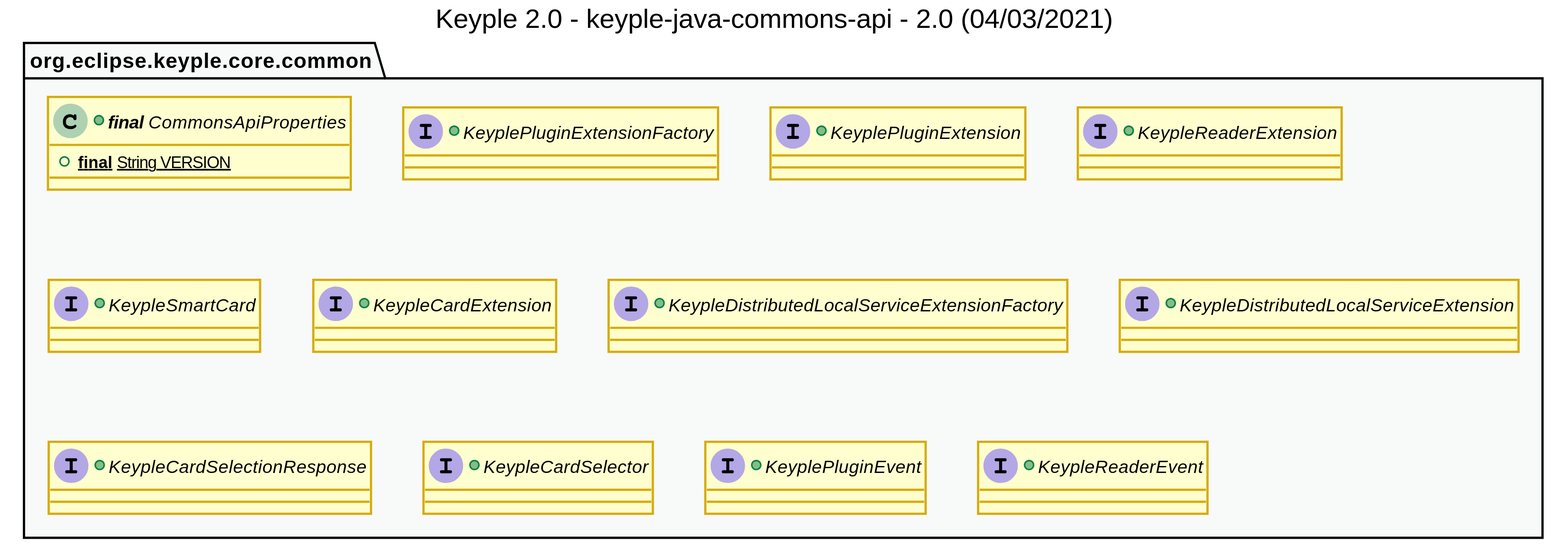
Earlier version of the PlantUML export uml/class/public-api/keyple_2_0_class_commons_api.svg (calypsonet/keyple_2_0). The source it was exported from:
```plantuml
@startuml
title
    Keyple 2.0 - keyple-java-commons-api - 2.0 (04/03/2021)
end title


!define C_GREY1 F8F9F9
!define C_GREY2 F2F3F4
!define C_GREY3 E5E7E9
!define C_GREY4 D7DBDD
!define C_GREY5 CACFD2
!define C_GREY6 BDC3C7
!define C_LINK 3498DB
!define C_USE 27AE60

skinparam Shadowing false
skinparam ClassFontStyle italic
skinparam ClassBorderColor #D4AC0D
skinparam stereotypeABorderColor #A9DCDF
skinparam stereotypeIBorderColor #B4A7E5
skinparam stereotypeCBorderColor #ADD1B2
skinparam stereotypeEBorderColor #EB93DF
skinparam ClassBackgroundColor<<red>> #FDEDEC
skinparam ClassBorderColor<<red>> #E74C3C
hide <<red>> stereotype
skinparam ClassBackgroundColor<<purple>> #F4ECF7
skinparam ClassBorderColor<<purple>> #8E44AD
hide <<purple>> stereotype
skinparam ClassBackgroundColor<<blue>> #EBF5FB
skinparam ClassBorderColor<<blue>> #3498DB
hide <<blue>> stereotype
skinparam ClassBackgroundColor<<green>> #E9F7EF
skinparam ClassBorderColor<<green>> #27AE60
hide <<green>> stereotype
skinparam ClassBackgroundColor<<grey>> #EAECEE
skinparam ClassBorderColor<<grey>> #2C3E50
hide <<grey>> stereotype


package "org.eclipse.keyple.core.common" as api {
    +class "**final** CommonsApiProperties" as ApiProperties {
        +{static} **final** String VERSION
    }
    +interface KeyplePluginExtensionFactory {
    }
    +interface KeyplePluginExtension {
    }
    +interface KeypleReaderExtension {
    }
    +interface KeypleSmartCard {
    }
    +interface KeypleCardExtension {
    }
    +interface KeypleDistributedLocalServiceExtensionFactory {
    }
    +interface KeypleDistributedLocalServiceExtension {
    }
    +interface KeypleCardSelectionResponse {
    }
    +interface KeypleCardSelector {
    }
    +interface KeyplePluginEvent {
    }
    +interface KeypleReaderEvent {
    }
}






package api #C_GREY1 {}

@enduml
```
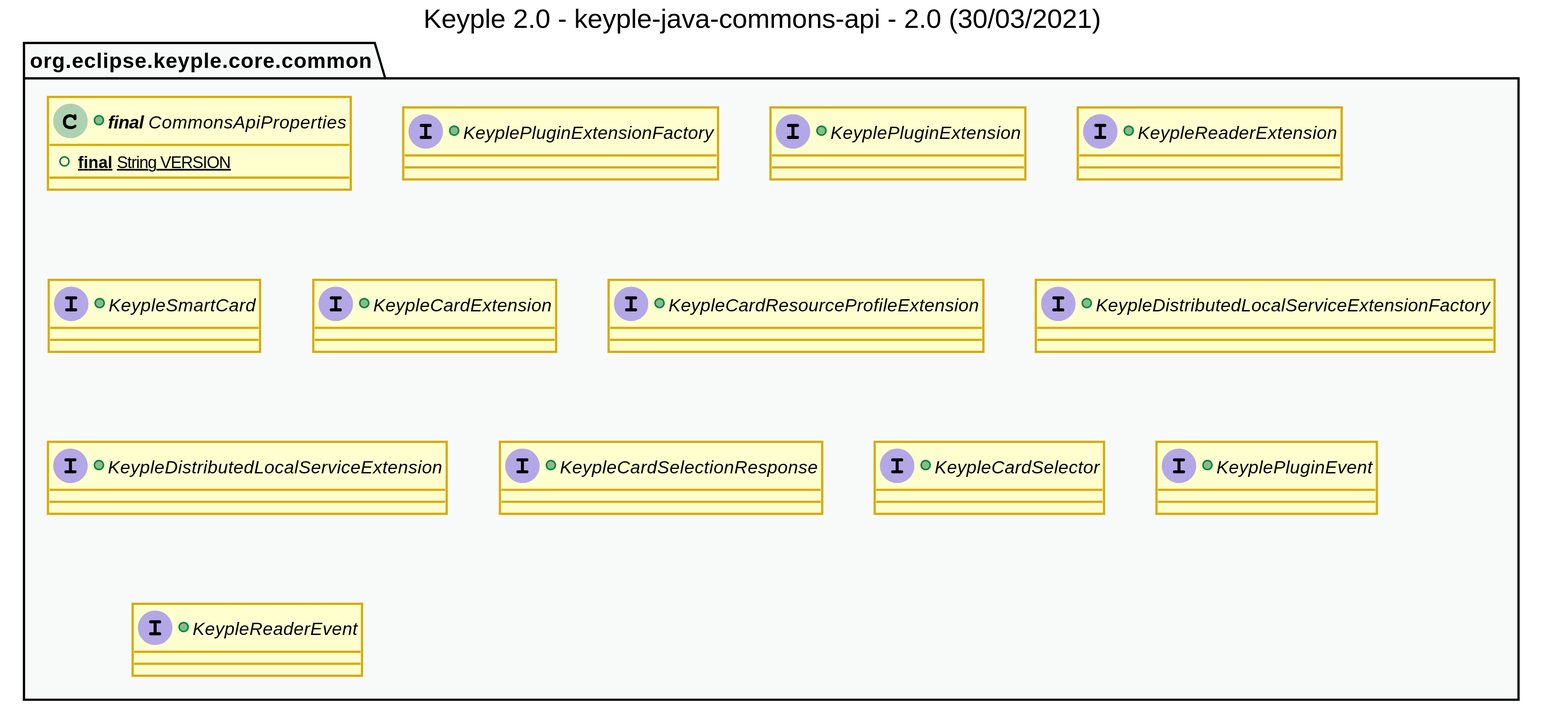
After the commit.

Commit message:
add keyple card resource service

What changed in the source:
```diff
@@ -1,6 +1,6 @@
 @startuml
 title
-    Keyple 2.0 - keyple-java-commons-api - 2.0 (04/03/2021)
+    Keyple 2.0 - keyple-java-commons-api - 2.0 (30/03/2021)
 end title
 
 
@@ -51,6 +51,8 @@
     }
     +interface KeypleCardExtension {
     }
+    +interface KeypleCardResourceProfileExtension {
+    }
     +interface KeypleDistributedLocalServiceExtensionFactory {
     }
     +interface KeypleDistributedLocalServiceExtension {
```
